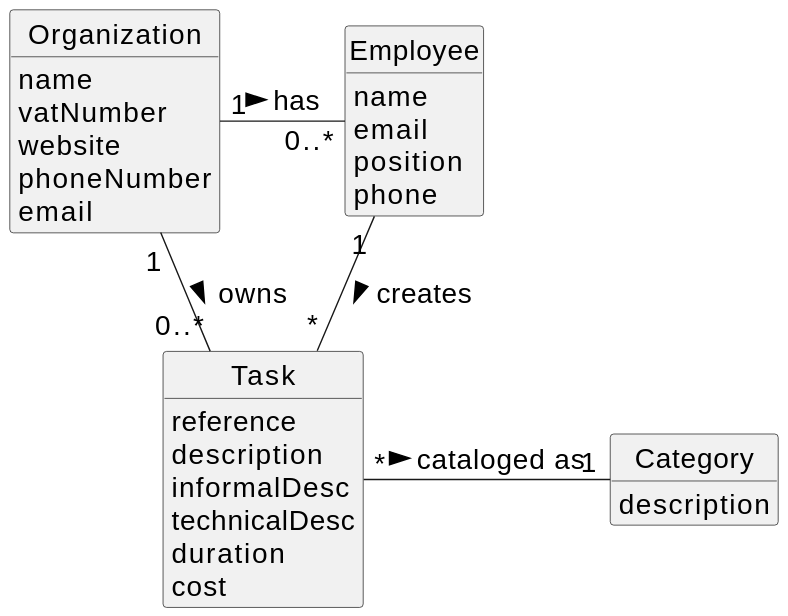
The PlantUML diagram docs/sprintA&B&C/us029/02.analysis/svg/us029-domain-model.svg in daniel41silva05/ISEP_2023_2024_LAPR2, before a commit. Source of this version:
```plantuml
@startuml
skinparamlocked defaultFontSize 20
skinparam monochrome true
skinparam packageStyle rectangle
skinparam shadowing false


skinparam classAttributeIconSize 0

hide circle
hide methods



class Organization {
    name
    vatNumber
    website
    phoneNumber
    email
}

class Task {
    reference
    description
    informalDesc
    technicalDesc
    duration
    cost
}

class Category {
    description
}

class Employee {
    name
    email
    position
    phone
}


Organization "1" - "0..*" Employee : has >
Organization "1" - "0..*" Task: owns >
Employee "1" -- "*" Task : creates >
Task "*" - "1" Category: cataloged as >
@enduml
```
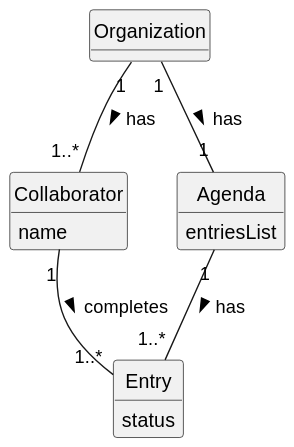
Above is the later version.

Diff of the diagram source:
```diff
@@ -1,48 +1,30 @@
 @startuml
-skinparamlocked defaultFontSize 20
 skinparam monochrome true
 skinparam packageStyle rectangle
 skinparam shadowing false
-
 
 skinparam classAttributeIconSize 0
 
 hide circle
 hide methods
 
-
-
 class Organization {
-    name
-    vatNumber
-    website
-    phoneNumber
-    email
 }
 
-class Task {
-    reference
-    description
-    informalDesc
-    technicalDesc
-    duration
-    cost
+class Collaborator {
+    name
 }
 
-class Category {
-    description
+class Agenda {
+    entriesList
 }
 
-class Employee {
-    name
-    email
-    position
-    phone
+class Entry {
+    status
 }
 
-
-Organization "1" - "0..*" Employee : has >
-Organization "1" - "0..*" Task: owns >
-Employee "1" -- "*" Task : creates >
-Task "*" - "1" Category: cataloged as >
+Organization "1" -- "1..*" Collaborator : has >
+Agenda "1" -- "1..*" Entry : has >
+Organization "1" -- "1" Agenda : has >
+Collaborator "1" -- "1..*" Entry : completes >
 @enduml
```
